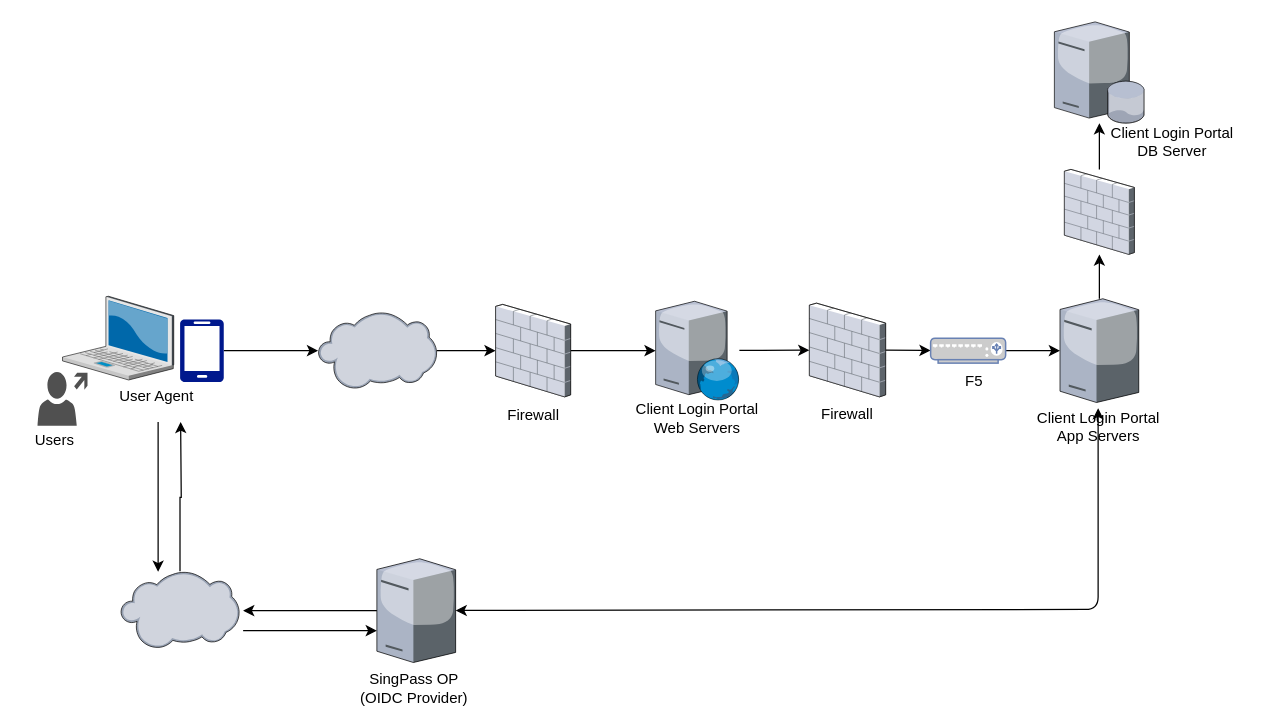
Before: page "Page-2" (2 of 3) of SP Diagram.drawio in myomyo/branch, a draw.io diagram. Source tidied: cells renumbered, new cells numbered last; positions are measured from the earlier drawing's top-left corner, leaving out a move shared by most shapes. Both pictures are drawn from the tidied source at 125%, with x=0, y=0 at pixel (20, 21).
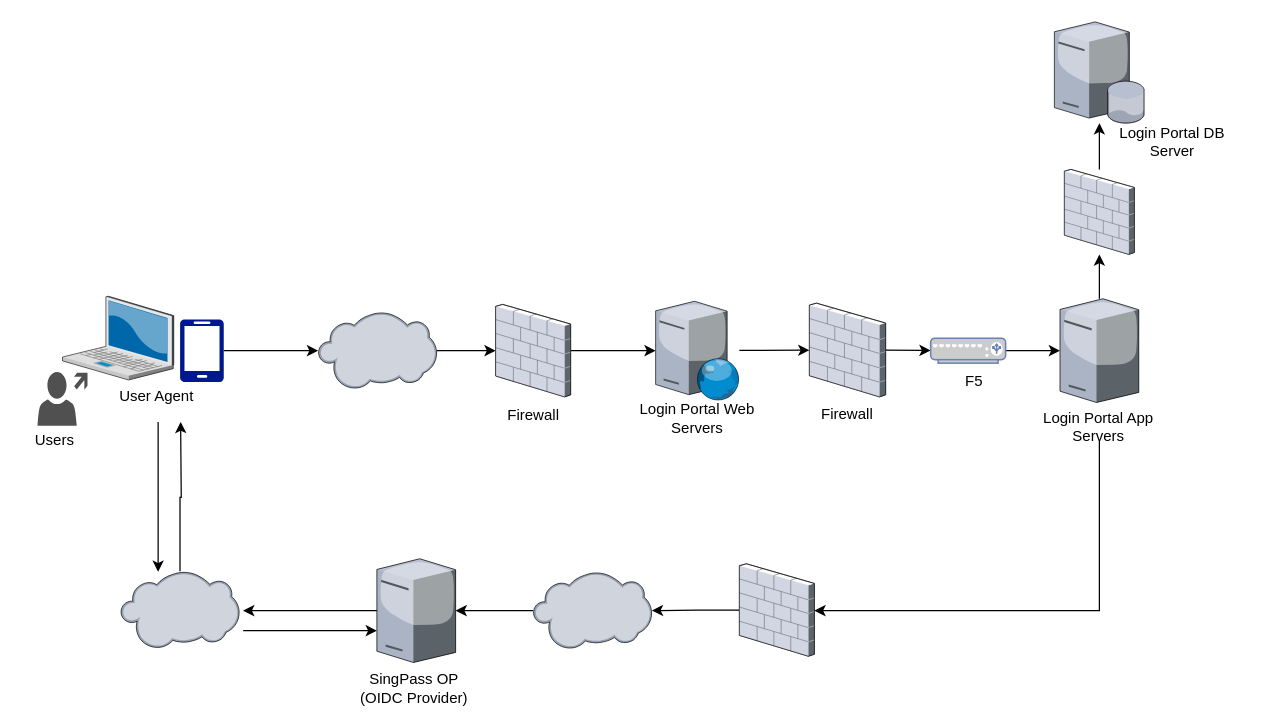
The same diagram, later.

Diff of the diagram source:
```diff
@@
-    <mxCell id="19" value="Client Login Portal Web Servers" style="text;html=1;strokeColor=none;fillColor=none;align=center;verticalAlign=middle;whiteSpace=wrap;rounded=0;" parent="1" vertex="1">
+    <mxCell id="19" value="Login Portal Web Servers" style="text;html=1;strokeColor=none;fillColor=none;align=center;verticalAlign=middle;whiteSpace=wrap;rounded=0;" parent="1" vertex="1">
       <mxGeometry x="488" y="301.5" width="107" height="30" as="geometry" />
     </mxCell>
@@
-    <mxCell id="24" value="Client Login Portal App Servers" style="text;html=1;strokeColor=none;fillColor=none;align=center;verticalAlign=middle;whiteSpace=wrap;rounded=0;" parent="1" vertex="1">
+    <mxCell id="24" value="Login Portal App Servers" style="text;html=1;strokeColor=none;fillColor=none;align=center;verticalAlign=middle;whiteSpace=wrap;rounded=0;" parent="1" vertex="1">
       <mxGeometry x="808.5" y="309" width="107" height="30" as="geometry" />
     </mxCell>
-    <mxCell id="25" value="Client Login Portal DB Server" style="text;html=1;strokeColor=none;fillColor=none;align=center;verticalAlign=middle;whiteSpace=wrap;rounded=0;" parent="1" vertex="1">
+    <mxCell id="25" value="Login Portal DB Server" style="text;html=1;strokeColor=none;fillColor=none;align=center;verticalAlign=middle;whiteSpace=wrap;rounded=0;" parent="1" vertex="1">
       <mxGeometry x="868" y="81" width="107" height="30" as="geometry" />
     </mxCell>
@@
-    <mxCell id="36" style="endArrow=classic;startArrow=classic;html=1;strokeColor=#000000;entryX=0.5;entryY=0;entryDx=0;entryDy=0;" parent="1" edge="1">
-      <mxGeometry relative="1" as="geometry">
-        <mxPoint x="348" y="470.9" as="sourcePoint" />
-        <mxPoint x="862" y="309" as="targetPoint" />
-        <Array as="points">
-          <mxPoint x="862" y="470" />
-        </Array>
-      </mxGeometry>
-    </mxCell>
+    <mxCell id="37" style="edgeStyle=orthogonalEdgeStyle;rounded=0;jettySize=auto;html=1;strokeColor=#000000;" parent="1" edge="1" source="38" target="40">
+      <mxGeometry relative="1" as="geometry" />
+    </mxCell>
+    <mxCell id="38" style="verticalLabelPosition=bottom;html=1;verticalAlign=top;strokeColor=none;align=center;outlineConnect=0;shape=mxgraph.citrix.firewall;" parent="1" vertex="1">
+      <mxGeometry x="575" y="433.5" width="60" height="74" as="geometry" />
+    </mxCell>
+    <mxCell id="39" style="edgeStyle=orthogonalEdgeStyle;rounded=0;jettySize=auto;html=1;strokeColor=#000000;" parent="1" edge="1" source="40">
+      <mxGeometry relative="1" as="geometry">
+        <mxPoint x="348" y="471" as="targetPoint" />
+      </mxGeometry>
+    </mxCell>
+    <mxCell id="40" style="verticalLabelPosition=bottom;html=1;verticalAlign=top;strokeColor=none;align=center;outlineConnect=0;shape=mxgraph.citrix.cloud;" parent="1" vertex="1">
+      <mxGeometry x="410" y="440" width="95" height="62" as="geometry" />
+    </mxCell>
+    <mxCell id="41" style="edgeStyle=orthogonalEdgeStyle;rounded=0;jettySize=auto;html=1;exitX=0.5;exitY=1;exitDx=0;exitDy=0;strokeColor=#000000;" parent="1" edge="1" target="38">
+      <mxGeometry relative="1" as="geometry">
+        <mxPoint x="863" y="335" as="sourcePoint" />
+        <Array as="points">
+          <mxPoint x="863" y="471" />
+        </Array>
+      </mxGeometry>
+    </mxCell>
```
